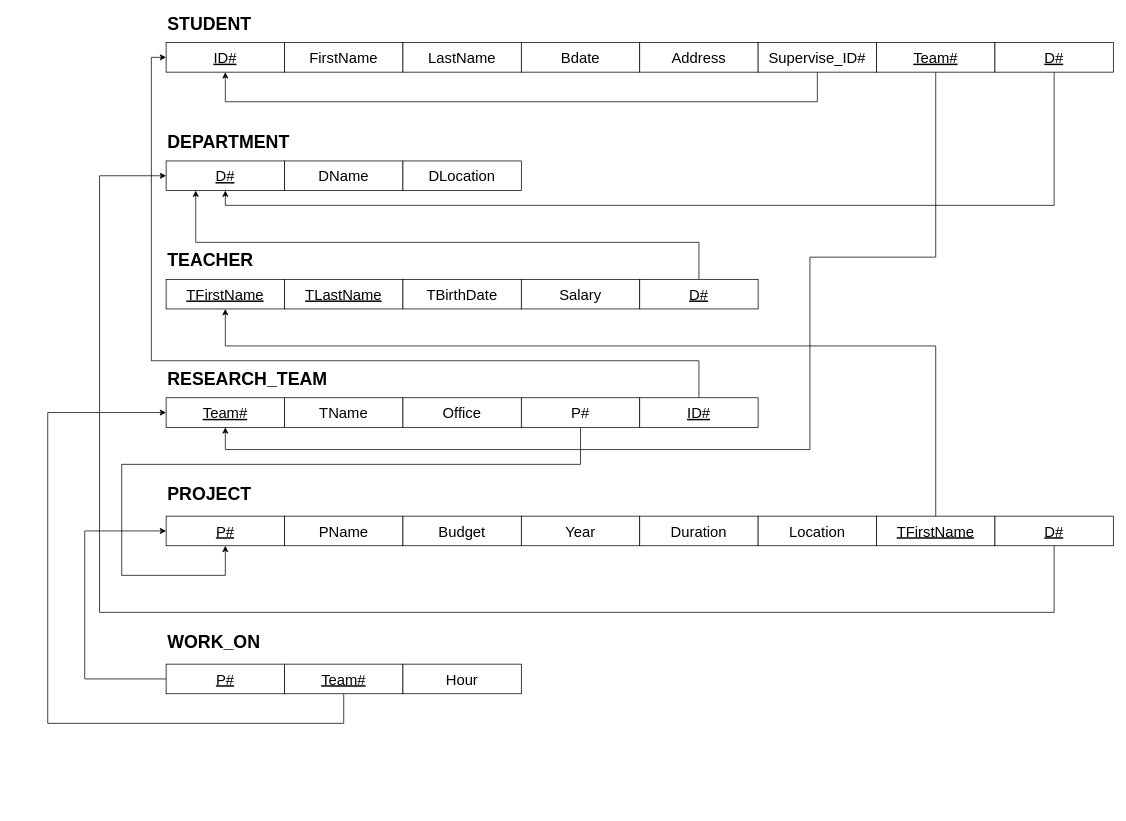
phlpat/test_repo keeps this draw.io diagram as page "Page-1" (1 of 2) of relational_database_model.drawio. Above is the earlier version. Source tidied: cells renumbered, new cells numbered last; positions are measured from the earlier drawing's top-left corner, leaving out a move shared by most shapes. Both pictures are drawn from the tidied source at 74%, with x=0, y=0 at pixel (47, 13).
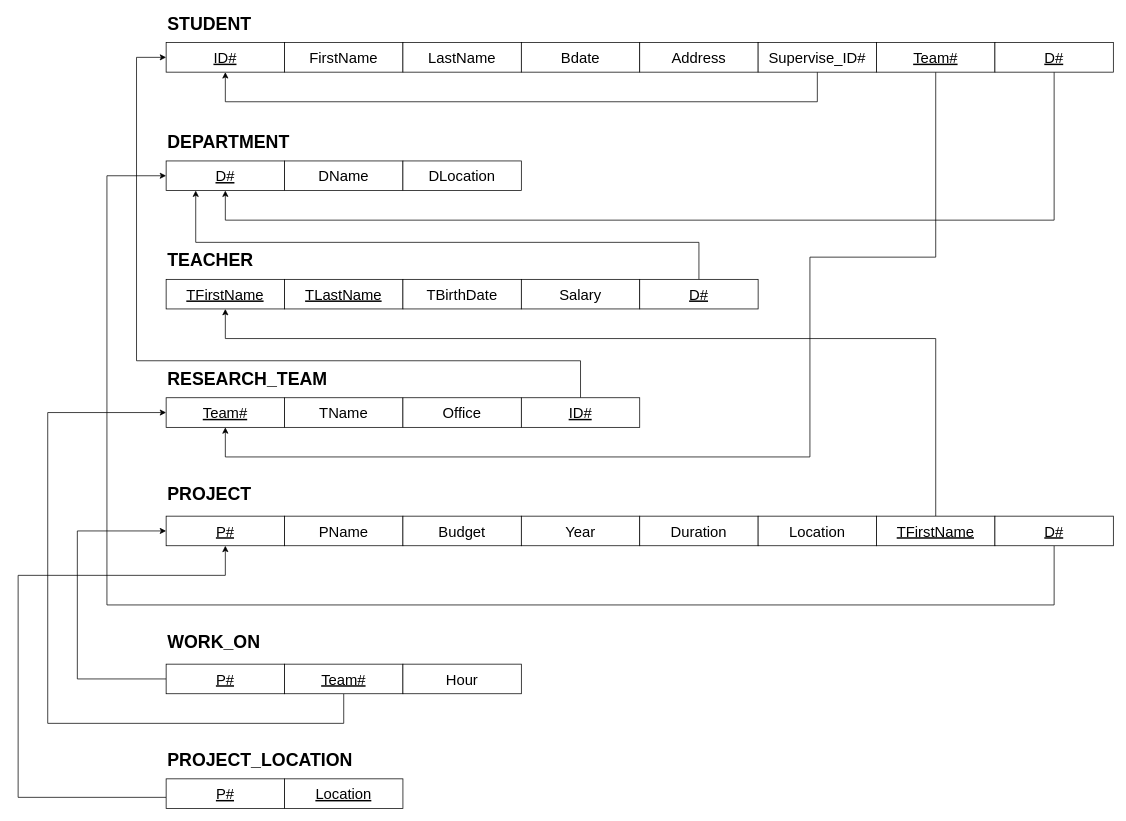
The same page after the edit.

Unchanged cells that the change refers to:
```xml
<mxCell id="2" value="&lt;font style=&quot;font-size: 20px&quot;&gt;&lt;u&gt;ID#&lt;/u&gt;&lt;/font&gt;" style="rounded=0;whiteSpace=wrap;html=1;" parent="1" vertex="1">
  <mxGeometry x="160" y="40" width="160" height="40" as="geometry" />
</mxCell>
<mxCell id="12" value="&lt;font style=&quot;font-size: 20px&quot;&gt;&lt;u&gt;D#&lt;/u&gt;&lt;/font&gt;" style="rounded=0;whiteSpace=wrap;html=1;" parent="1" vertex="1">
  <mxGeometry x="160" y="200" width="160" height="40" as="geometry" />
</mxCell>
<mxCell id="15" value="&lt;font style=&quot;font-size: 20px&quot;&gt;&lt;u&gt;TFirstName&lt;/u&gt;&lt;/font&gt;" style="rounded=0;whiteSpace=wrap;html=1;" parent="1" vertex="1">
  <mxGeometry x="160" y="360" width="160" height="40" as="geometry" />
</mxCell>
<mxCell id="19" value="&lt;font style=&quot;font-size: 20px&quot;&gt;&lt;u&gt;Team#&lt;/u&gt;&lt;/font&gt;" style="rounded=0;whiteSpace=wrap;html=1;" parent="1" vertex="1">
  <mxGeometry x="160" y="520" width="160" height="40" as="geometry" />
</mxCell>
<mxCell id="24" value="&lt;font style=&quot;font-size: 20px&quot;&gt;&lt;u&gt;P#&lt;/u&gt;&lt;/font&gt;" style="rounded=0;whiteSpace=wrap;html=1;" parent="1" vertex="1">
  <mxGeometry x="160" y="680" width="160" height="40" as="geometry" />
</mxCell>
<mxCell id="33" value="&lt;span style=&quot;font-size: 20px&quot;&gt;&lt;u&gt;Team#&lt;/u&gt;&lt;/span&gt;" style="rounded=0;whiteSpace=wrap;html=1;" parent="1" vertex="1">
  <mxGeometry x="1120" y="40" width="160" height="40" as="geometry" />
</mxCell>
<mxCell id="37" value="&lt;font style=&quot;font-size: 20px&quot;&gt;&lt;u&gt;D#&lt;/u&gt;&lt;/font&gt;" style="rounded=0;whiteSpace=wrap;html=1;" parent="1" vertex="1">
  <mxGeometry x="1280" y="40" width="160" height="40" as="geometry" />
</mxCell>
<mxCell id="41" value="&lt;font style=&quot;font-size: 20px&quot;&gt;&lt;u&gt;TFirstName&lt;/u&gt;&lt;/font&gt;" style="rounded=0;whiteSpace=wrap;html=1;" parent="1" vertex="1">
  <mxGeometry x="1120" y="680" width="160" height="40" as="geometry" />
</mxCell>
<mxCell id="43" value="&lt;font style=&quot;font-size: 20px&quot;&gt;&lt;u&gt;D#&lt;/u&gt;&lt;/font&gt;" style="rounded=0;whiteSpace=wrap;html=1;" parent="1" vertex="1">
  <mxGeometry x="1280" y="680" width="160" height="40" as="geometry" />
</mxCell>
<mxCell id="46" value="&lt;font style=&quot;font-size: 20px&quot;&gt;&lt;u&gt;P#&lt;/u&gt;&lt;/font&gt;" style="rounded=0;whiteSpace=wrap;html=1;" parent="1" vertex="1">
  <mxGeometry x="160" y="880" width="160" height="40" as="geometry" />
</mxCell>
```

Diff of the diagram source:
```diff
@@
-    <mxCell id="22" style="edgeStyle=orthogonalEdgeStyle;rounded=0;jettySize=auto;html=1;fontSize=20;endArrow=classic;endFill=1;" parent="1" edge="1" source="23" target="24">
-      <mxGeometry relative="1" as="geometry">
-        <Array as="points">
-          <mxPoint x="720" y="610" />
-          <mxPoint x="100" y="610" />
-          <mxPoint x="100" y="760" />
-          <mxPoint x="240" y="760" />
-        </Array>
-      </mxGeometry>
-    </mxCell>
-    <mxCell id="23" value="&lt;font style=&quot;font-size: 20px&quot;&gt;P#&lt;/font&gt;" style="rounded=0;whiteSpace=wrap;html=1;" parent="1" vertex="1">
-      <mxGeometry x="640" y="520" width="160" height="40" as="geometry" />
-    </mxCell>
@@
     <mxCell id="32" style="edgeStyle=orthogonalEdgeStyle;rounded=0;jettySize=auto;html=1;entryX=0.5;entryY=1;entryDx=0;entryDy=0;fontSize=20;endArrow=classic;endFill=1;" parent="1" edge="1" source="33" target="19">
       <mxGeometry relative="1" as="geometry">
         <Array as="points">
           <mxPoint x="1200" y="330" />
           <mxPoint x="1030" y="330" />
-          <mxPoint x="1030" y="590" />
-          <mxPoint x="240" y="590" />
+          <mxPoint x="1030" y="600" />
+          <mxPoint x="240" y="600" />
         </Array>
       </mxGeometry>
     </mxCell>
@@
-    <mxCell id="34" style="edgeStyle=orthogonalEdgeStyle;rounded=0;jettySize=auto;html=1;entryX=0;entryY=0.5;entryDx=0;entryDy=0;fontSize=20;endArrow=classic;endFill=1;" parent="1" edge="1" source="35" target="2">
+    <mxCell id="34" style="edgeStyle=orthogonalEdgeStyle;rounded=0;jettySize=auto;html=1;entryX=0;entryY=0.5;entryDx=0;entryDy=0;fontSize=20;endArrow=classic;endFill=1;exitX=0.5;exitY=0;exitDx=0;exitDy=0;" parent="1" edge="1" source="35" target="2">
       <mxGeometry relative="1" as="geometry">
         <Array as="points">
-          <mxPoint x="880" y="470" />
-          <mxPoint x="140" y="470" />
-          <mxPoint x="140" y="60" />
+          <mxPoint x="720" y="470" />
+          <mxPoint x="120" y="470" />
+          <mxPoint x="120" y="60" />
         </Array>
       </mxGeometry>
     </mxCell>
     <mxCell id="35" value="&lt;font style=&quot;font-size: 20px&quot;&gt;&lt;u&gt;ID#&lt;/u&gt;&lt;/font&gt;" style="rounded=0;whiteSpace=wrap;html=1;" parent="1" vertex="1">
-      <mxGeometry x="800" y="520" width="160" height="40" as="geometry" />
+      <mxGeometry x="640" y="520" width="160" height="40" as="geometry" />
     </mxCell>
     <mxCell id="36" style="edgeStyle=orthogonalEdgeStyle;rounded=0;jettySize=auto;html=1;entryX=0.5;entryY=1;entryDx=0;entryDy=0;fontSize=20;endArrow=classic;endFill=1;" parent="1" edge="1" source="37" target="12">
       <mxGeometry relative="1" as="geometry">
         <Array as="points">
-          <mxPoint x="1360" y="260" />
-          <mxPoint x="240" y="260" />
+          <mxPoint x="1360" y="280" />
+          <mxPoint x="240" y="280" />
         </Array>
       </mxGeometry>
     </mxCell>
@@
     <mxCell id="40" style="edgeStyle=orthogonalEdgeStyle;rounded=0;jettySize=auto;html=1;entryX=0.5;entryY=1;entryDx=0;entryDy=0;fontSize=20;endArrow=classic;endFill=1;" parent="1" edge="1" source="41" target="15">
       <mxGeometry relative="1" as="geometry">
         <Array as="points">
-          <mxPoint x="1200" y="450" />
-          <mxPoint x="240" y="450" />
+          <mxPoint x="1200" y="440" />
+          <mxPoint x="240" y="440" />
         </Array>
       </mxGeometry>
     </mxCell>
@@
     <mxCell id="42" style="edgeStyle=orthogonalEdgeStyle;rounded=0;jettySize=auto;html=1;entryX=0;entryY=0.5;entryDx=0;entryDy=0;fontSize=20;endArrow=classic;endFill=1;" parent="1" edge="1" source="43" target="12">
       <mxGeometry relative="1" as="geometry">
         <Array as="points">
-          <mxPoint x="1360" y="810" />
-          <mxPoint x="70" y="810" />
-          <mxPoint x="70" y="220" />
+          <mxPoint x="1360" y="800" />
+          <mxPoint x="80" y="800" />
+          <mxPoint x="80" y="220" />
         </Array>
       </mxGeometry>
     </mxCell>
@@
     <mxCell id="45" style="edgeStyle=orthogonalEdgeStyle;rounded=0;jettySize=auto;html=1;entryX=0;entryY=0.5;entryDx=0;entryDy=0;fontSize=20;endArrow=classic;endFill=1;" parent="1" edge="1" source="46" target="24">
       <mxGeometry relative="1" as="geometry">
         <Array as="points">
-          <mxPoint x="50" y="900" />
-          <mxPoint x="50" y="700" />
+          <mxPoint x="40" y="900" />
+          <mxPoint x="40" y="700" />
         </Array>
       </mxGeometry>
     </mxCell>
@@
+    <mxCell id="50" value="&lt;span style=&quot;font-size: 24px&quot;&gt;&lt;b&gt;PROJECT_LOCATION&lt;/b&gt;&lt;/span&gt;" style="text;html=1;align=left;verticalAlign=middle;strokeColor=none;fillColor=none;" parent="1" vertex="1">
+      <mxGeometry x="160" y="1000" width="270" height="20" as="geometry" />
+    </mxCell>
+    <mxCell id="22" style="edgeStyle=orthogonalEdgeStyle;rounded=0;jettySize=auto;html=1;entryX=0.5;entryY=1;entryDx=0;entryDy=0;" parent="1" edge="1" source="23" target="24">
+      <mxGeometry relative="1" as="geometry">
+        <Array as="points">
+          <mxPoint x="-40" y="1060" />
+          <mxPoint x="-40" y="760" />
+          <mxPoint x="240" y="760" />
+        </Array>
+      </mxGeometry>
+    </mxCell>
+    <mxCell id="23" value="&lt;font style=&quot;font-size: 20px&quot;&gt;&lt;u&gt;P#&lt;/u&gt;&lt;/font&gt;" style="rounded=0;whiteSpace=wrap;html=1;" parent="1" vertex="1">
+      <mxGeometry x="160" y="1035" width="160" height="40" as="geometry" />
+    </mxCell>
+    <mxCell id="51" value="&lt;font style=&quot;font-size: 20px&quot;&gt;&lt;u&gt;Location&lt;/u&gt;&lt;/font&gt;" style="rounded=0;whiteSpace=wrap;html=1;" parent="1" vertex="1">
+      <mxGeometry x="320" y="1035" width="160" height="40" as="geometry" />
+    </mxCell>
```
